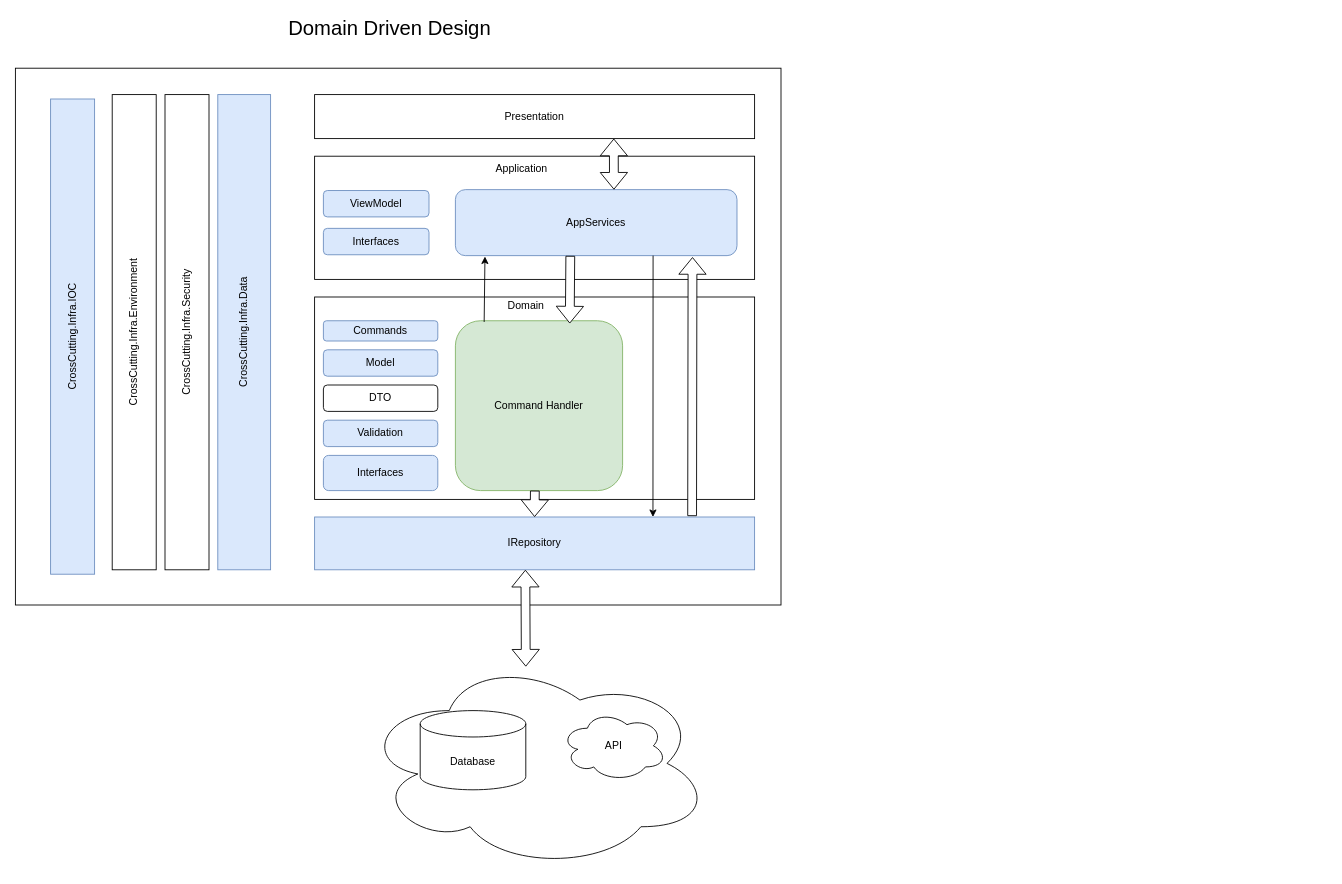
This is page "DDD" (6 of 9) of docs/Documentation.drawio from jairodemelo/APITest, a draw.io file, before an edit. Source tidied: cells renumbered, new cells numbered last; positions are measured from the earlier drawing's top-left corner, leaving out a move shared by most shapes. Both pictures are drawn from the tidied source at 88%, with x=0, y=0 at pixel (15, 15).
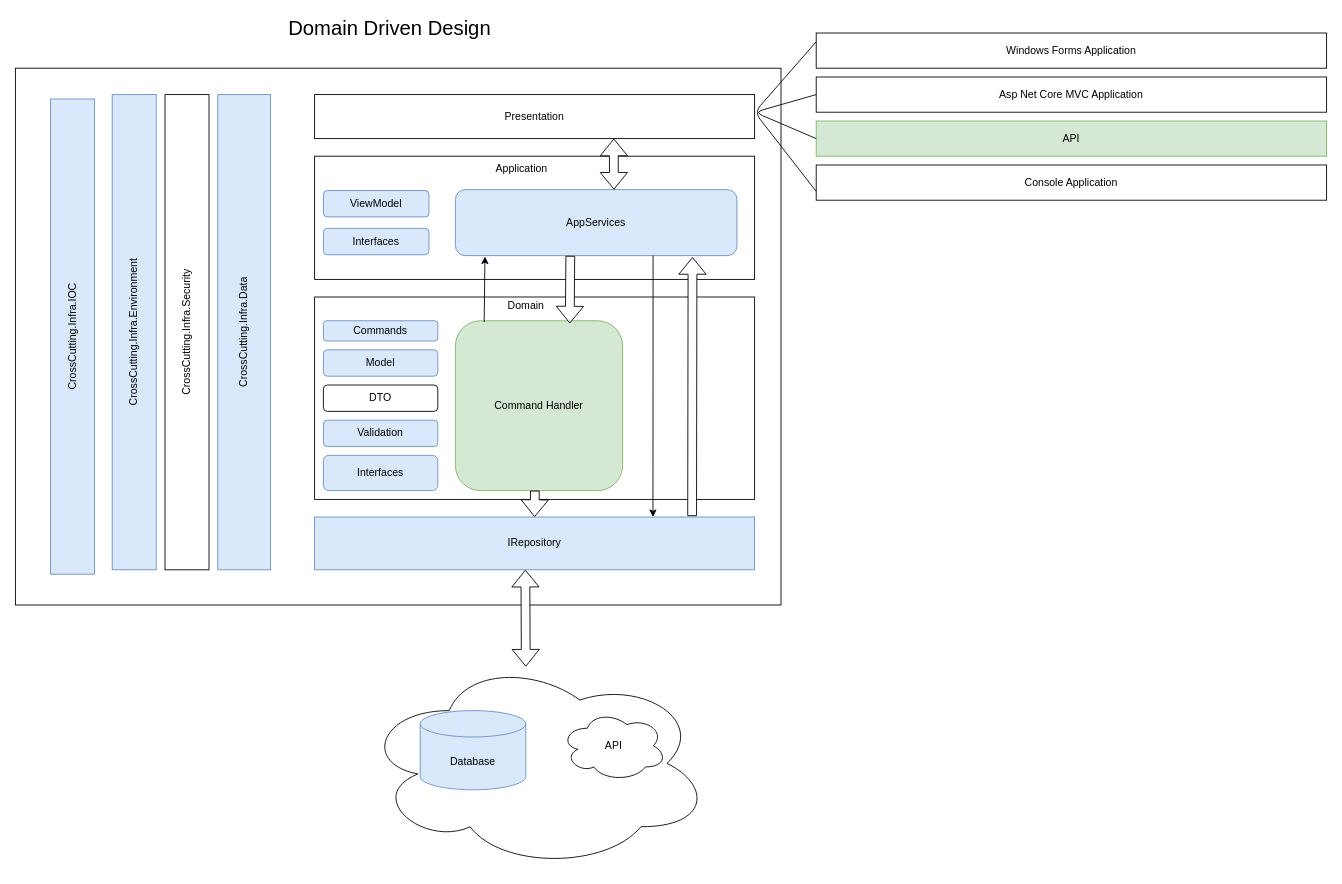
Above is the later version.

The edit, as a diff of the source:
```diff
@@
-    <mxCell id="5" value="Database" style="shape=cylinder3;whiteSpace=wrap;html=1;boundedLbl=1;backgroundOutline=1;size=15;fontSize=12;" parent="1" vertex="1">
+    <mxCell id="5" value="Database" style="shape=cylinder3;whiteSpace=wrap;html=1;boundedLbl=1;backgroundOutline=1;size=15;fontSize=12;fillColor=#dae8fc;strokeColor=#6c8ebf;" parent="1" vertex="1">
       <mxGeometry x="460" y="790" width="120" height="90" as="geometry" />
     </mxCell>
@@
-    <mxCell id="31" value="CrossCutting.Infra.Environment" style="rounded=0;whiteSpace=wrap;html=1;fontSize=12;horizontal=0;" parent="1" vertex="1">
+    <mxCell id="31" value="CrossCutting.Infra.Environment" style="rounded=0;whiteSpace=wrap;html=1;fontSize=12;horizontal=0;fillColor=#dae8fc;strokeColor=#6c8ebf;" parent="1" vertex="1">
       <mxGeometry x="110" y="90" width="50" height="540" as="geometry" />
     </mxCell>
@@
+    <mxCell id="33" value="Windows Forms Application" style="rounded=0;whiteSpace=wrap;html=1;" parent="1" vertex="1">
+      <mxGeometry x="910" y="20" width="580" height="40" as="geometry" />
+    </mxCell>
+    <mxCell id="34" value="Asp Net Core MVC Application" style="rounded=0;whiteSpace=wrap;html=1;" parent="1" vertex="1">
+      <mxGeometry x="910" y="70" width="580" height="40" as="geometry" />
+    </mxCell>
+    <mxCell id="35" value="API" style="rounded=0;whiteSpace=wrap;html=1;fillColor=#d5e8d4;strokeColor=#82b366;" parent="1" vertex="1">
+      <mxGeometry x="910" y="120" width="580" height="40" as="geometry" />
+    </mxCell>
+    <mxCell id="36" value="Console Application" style="rounded=0;whiteSpace=wrap;html=1;" parent="1" vertex="1">
+      <mxGeometry x="910" y="170" width="580" height="40" as="geometry" />
+    </mxCell>
+    <mxCell id="37" style="endArrow=none;html=1;entryX=0;entryY=0.25;entryDx=0;entryDy=0;exitX=0;exitY=0.75;exitDx=0;exitDy=0;" parent="1" edge="1" source="36" target="33">
+      <mxGeometry relative="1" as="geometry">
+        <Array as="points">
+          <mxPoint x="840" y="110" />
+        </Array>
+      </mxGeometry>
+    </mxCell>
+    <mxCell id="38" style="endArrow=none;html=1;entryX=0;entryY=0.5;entryDx=0;entryDy=0;exitX=0;exitY=0.5;exitDx=0;exitDy=0;" parent="1" edge="1" source="35" target="34">
+      <mxGeometry relative="1" as="geometry">
+        <Array as="points">
+          <mxPoint x="840" y="110" />
+        </Array>
+      </mxGeometry>
+    </mxCell>
```
